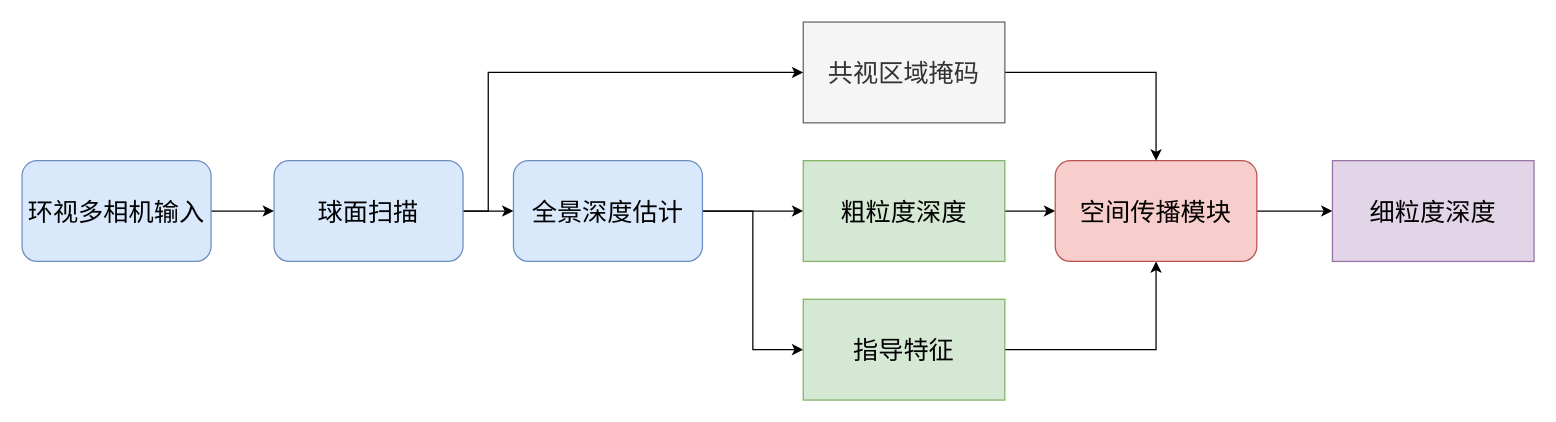
The draw.io diagram cspn_enhance.drawio in wangpinzhi/wangpinzhi.github.io, before the edit. Source tidied: cells renumbered, new cells numbered last; positions are measured from the earlier drawing's top-left corner, leaving out a move shared by most shapes. Both pictures are drawn from the tidied source at 126%, with x=0, y=0 at pixel (21, 21).
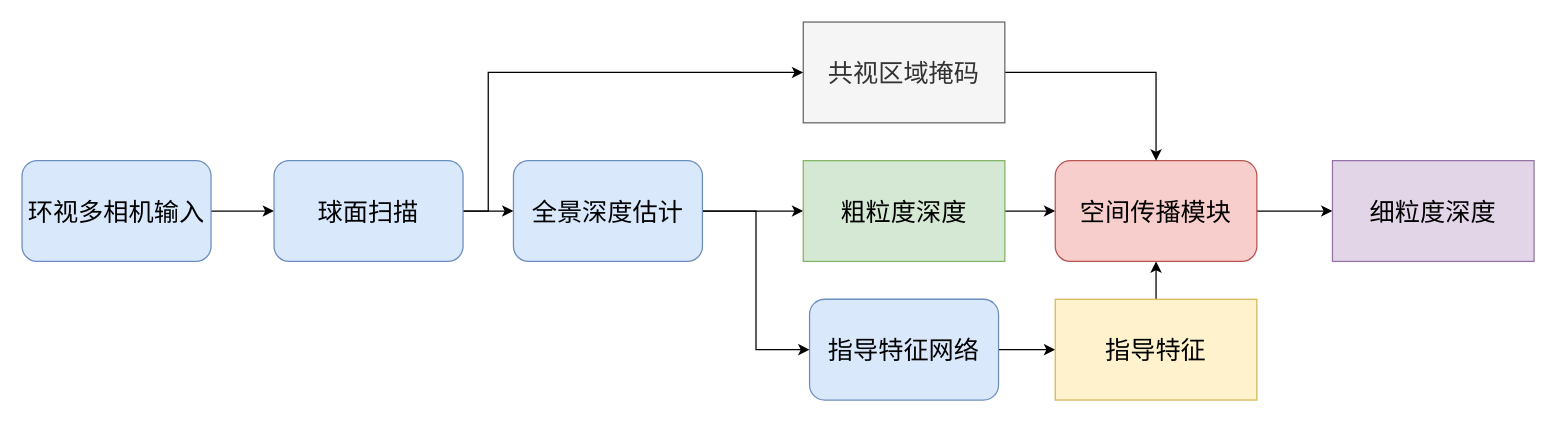
The same diagram, later.

The change refers to these unchanged cells:
```xml
<mxCell id="6" value="全景深度估计" style="rounded=1;whiteSpace=wrap;html=1;fillColor=#dae8fc;strokeColor=#6c8ebf;fontFamily=Times New Roman;fontSize=20;" parent="1" vertex="1">
  <mxGeometry x="390" y="110" width="150" height="80" as="geometry" />
</mxCell>
<mxCell id="12" value="空间传播模块" style="rounded=1;whiteSpace=wrap;html=1;fillColor=#f8cecc;strokeColor=#b85450;fontFamily=Times New Roman;fontSize=20;" parent="1" vertex="1">
  <mxGeometry x="820" y="110" width="160" height="80" as="geometry" />
</mxCell>
```

Diff of the diagram source:
```diff
@@
-    <mxCell id="5" style="edgeStyle=orthogonalEdgeStyle;rounded=0;jettySize=auto;html=1;exitX=1;exitY=0.5;exitDx=0;exitDy=0;entryX=0;entryY=0.5;entryDx=0;entryDy=0;" parent="1" edge="1" source="6" target="8">
+    <mxCell id="5" style="edgeStyle=orthogonalEdgeStyle;rounded=0;jettySize=auto;html=1;exitX=1;exitY=0.5;exitDx=0;exitDy=0;entryX=0;entryY=0.5;entryDx=0;entryDy=0;" parent="1" edge="1" source="20" target="8">
       <mxGeometry relative="1" as="geometry" />
     </mxCell>
+    <mxCell id="19" style="edgeStyle=orthogonalEdgeStyle;rounded=0;jettySize=auto;html=1;exitX=1;exitY=0.5;exitDx=0;exitDy=0;entryX=0;entryY=0.5;entryDx=0;entryDy=0;" parent="1" edge="1" source="6" target="20">
+      <mxGeometry relative="1" as="geometry" />
+    </mxCell>
@@
-    <mxCell id="7" style="edgeStyle=orthogonalEdgeStyle;rounded=0;jettySize=auto;html=1;exitX=1;exitY=0.5;exitDx=0;exitDy=0;entryX=0.5;entryY=1;entryDx=0;entryDy=0;" parent="1" edge="1" source="8" target="12">
+    <mxCell id="7" style="edgeStyle=orthogonalEdgeStyle;rounded=0;jettySize=auto;html=1;exitX=0.5;exitY=0;exitDx=0;exitDy=0;entryX=0.5;entryY=1;entryDx=0;entryDy=0;" parent="1" edge="1" source="8" target="12">
       <mxGeometry relative="1" as="geometry" />
     </mxCell>
-    <mxCell id="8" value="指导特征" style="rounded=0;whiteSpace=wrap;html=1;fontSize=20;fontFamily=Times New Roman;fillColor=#d5e8d4;strokeColor=#82b366;" parent="1" vertex="1">
-      <mxGeometry x="620" y="220" width="160" height="80" as="geometry" />
+    <mxCell id="8" value="指导特征" style="rounded=0;whiteSpace=wrap;html=1;fontSize=20;fontFamily=Times New Roman;fillColor=#fff2cc;strokeColor=#d6b656;" parent="1" vertex="1">
+      <mxGeometry x="820" y="220" width="160" height="80" as="geometry" />
     </mxCell>
@@
+    <mxCell id="20" value="指导特征网络" style="rounded=1;whiteSpace=wrap;html=1;fillColor=#dae8fc;strokeColor=#6c8ebf;fontFamily=Times New Roman;fontSize=20;" parent="1" vertex="1">
+      <mxGeometry x="625" y="220" width="150" height="80" as="geometry" />
+    </mxCell>
```
